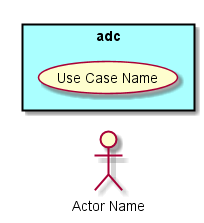
Earlier version of the PlantUML export docs/UseCases/UseCases.png (CAADE/ADC).
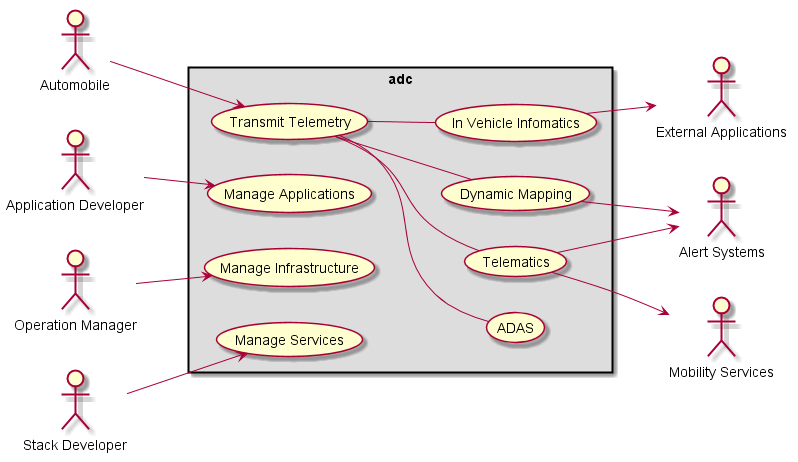
After the commit.

Change to the diagram source:
```diff
@@ -1,14 +1,28 @@
 @startuml
+
 
 left to right direction
 
-:Actor Name: as A1
-
-rectangle "adc"  #aaffff {
-:Actor Name: as A1
-
-(Use Case Name) as UCN
+actor Automobile as Car
+actor "Alert Systems" as AS
+actor "External Applications" as EA
+actor "Mobility Services" as MS
+actor "Application Developer" as AD
+actor "Operation Manager" as Ops
+actor "Stack Developer" as Stack
+rectangle adc #dddddd {
+  Car --> (Transmit Telemetry)
+  (Transmit Telemetry) -- (ADAS)
+  (Transmit Telemetry) -- (Dynamic Mapping)
+  (Transmit Telemetry) -- (In Vehicle Infomatics)
+  (Transmit Telemetry) -- (Telematics)
+  (Telematics) --> AS
+  (Telematics) --> MS
+  (Dynamic Mapping) --> AS
+  (In Vehicle Infomatics) --> EA
+  Ops --> (Manage Infrastructure)
+  AD --> (Manage Applications)
+  Stack --> (Manage Services)
 }
 
-
 @enduml
```
